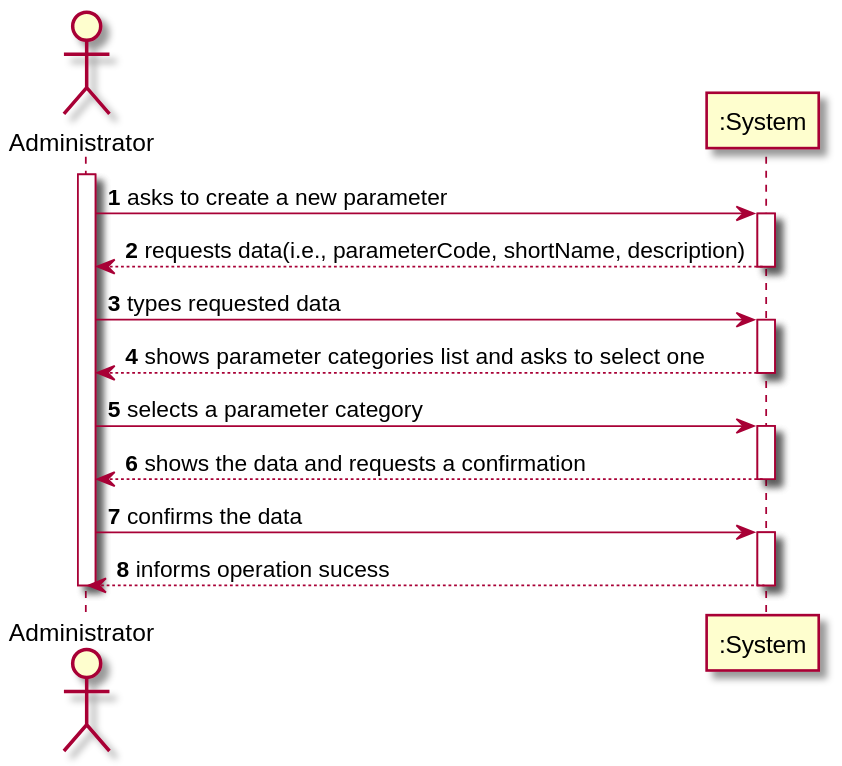
ana-albergaria/LAPR2-ISEP keeps this PlantUML diagram as docs/SprintB/US_10/US010_SSD.svg. Above is the earlier version.
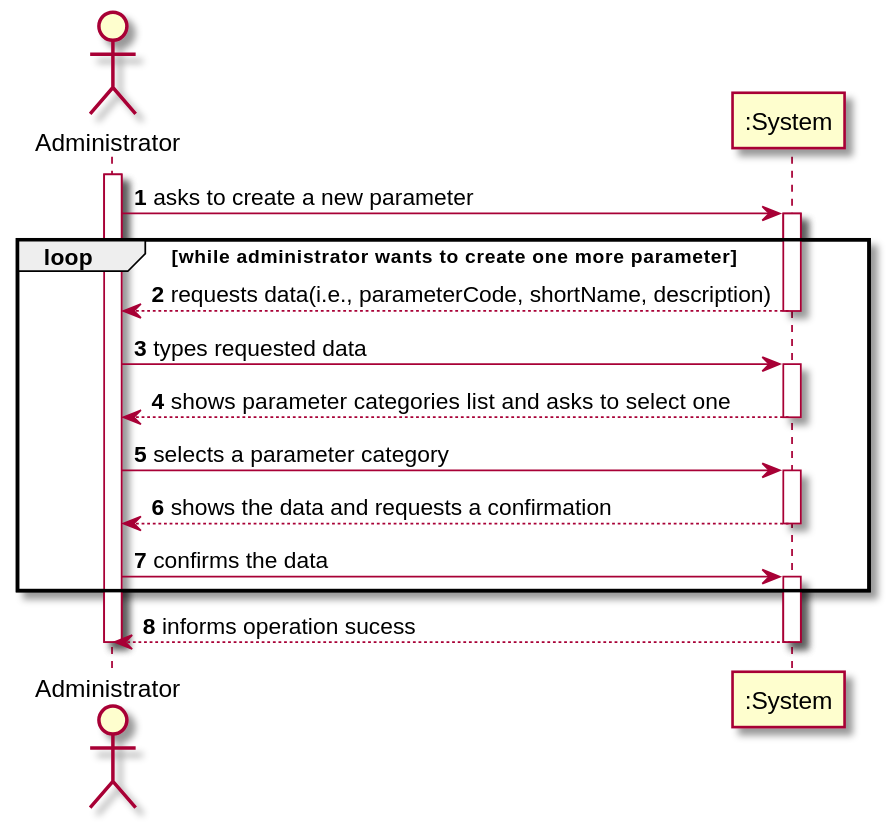
Later version of the same file.

Change to the diagram source:
```diff
@@ -5,6 +5,7 @@
 activate Adm
 Adm-> ":System" : asks to create a new parameter
 activate ":System"
+loop while administrator wants to create one more parameter
 ":System" --> Adm : requests data(i.e., parameterCode, shortName, description)
 deactivate ":System"
 
@@ -20,6 +21,7 @@
 
 Adm-> ":System" : confirms the data
 activate ":System"
+end
 ":System" --> Adm : informs operation sucess
 deactivate ":System"
 
```
